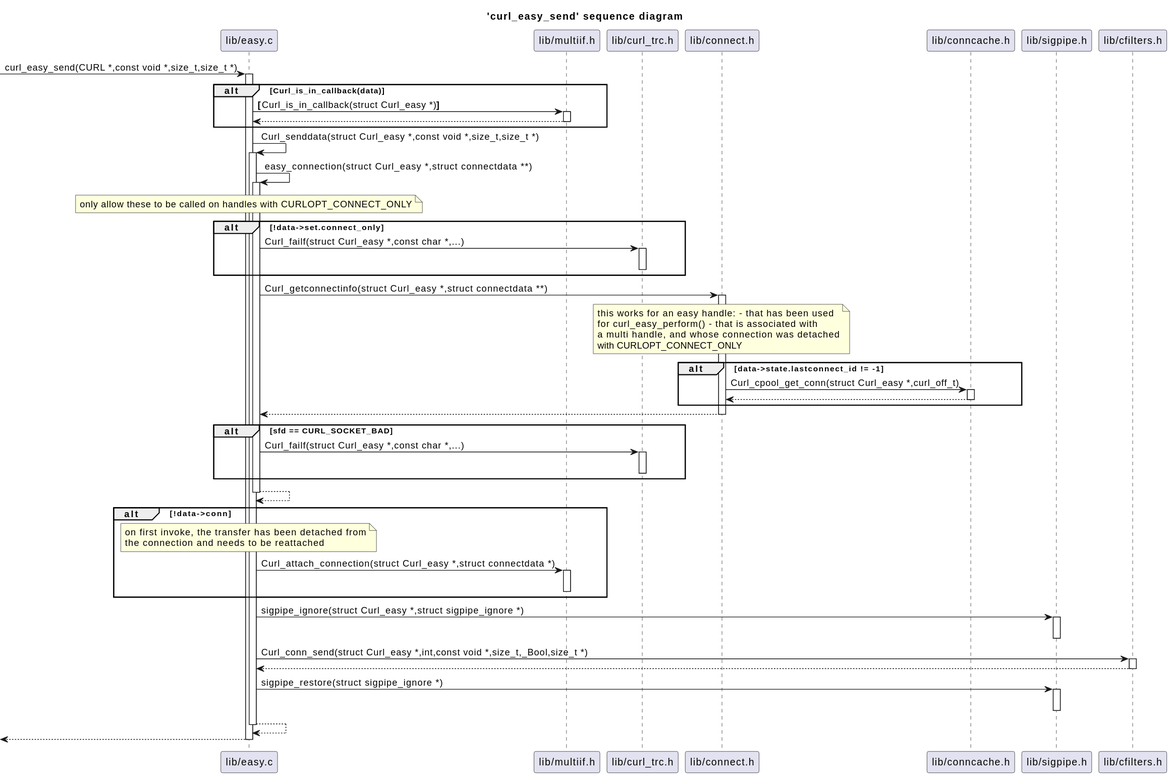
This is curl/diagrams/curl_easy_send.svg from bkryza/clang-uml-examples, a PlantUML export, as it was before one commit. Source of this version:
```plantuml
@startuml
title 'curl_easy_send' sequence diagram
participant "lib/easy.c" as C_0013686580212228222516
[-> C_0013686580212228222516 : curl_easy_send(CURL *,const void *,size_t,size_t *)
activate C_0013686580212228222516
alt Curl_is_in_callback(data)
participant "lib/multiif.h" as C_0015404815212323728686
C_0013686580212228222516 -> C_0015404815212323728686 [[https://github.com/curl/curl/blob/34cf9d54a46598c44938aa7598820484d7af7133/lib/easy.c#L1329{}]] : **[**Curl_is_in_callback(struct Curl_easy *)**]**
activate C_0015404815212323728686
C_0015404815212323728686 --> C_0013686580212228222516
deactivate C_0015404815212323728686
end
C_0013686580212228222516 -> C_0013686580212228222516 [[https://github.com/curl/curl/blob/34cf9d54a46598c44938aa7598820484d7af7133/lib/easy.c#L1332{}]] : Curl_senddata(struct Curl_easy *,const void *,size_t,size_t *)
activate C_0013686580212228222516
C_0013686580212228222516 -> C_0013686580212228222516 [[https://github.com/curl/curl/blob/34cf9d54a46598c44938aa7598820484d7af7133/lib/easy.c#L1302{}]] : easy_connection(struct Curl_easy *,struct connectdata **)
activate C_0013686580212228222516
note over C_0013686580212228222516
only allow these to be called on handles with CURLOPT_CONNECT_ONLY
end note
alt !data->set.connect_only
participant "lib/curl_trc.h" as C_0000898269797836910488
C_0013686580212228222516 -> C_0000898269797836910488 [[https://github.com/curl/curl/blob/34cf9d54a46598c44938aa7598820484d7af7133/lib/curl_trc.h#L63{}]] : Curl_failf(struct Curl_easy *,const char *,...)
activate C_0000898269797836910488
deactivate C_0000898269797836910488
end
participant "lib/connect.h" as C_0005794032207080335183
C_0013686580212228222516 -> C_0005794032207080335183 [[https://github.com/curl/curl/blob/34cf9d54a46598c44938aa7598820484d7af7133/lib/easy.c#L1226{}]] : Curl_getconnectinfo(struct Curl_easy *,struct connectdata **)
activate C_0005794032207080335183
note over C_0005794032207080335183
this works for an easy handle: - that has been used
for curl_easy_perform() - that is associated with
a multi handle, and whose connection was detached
with CURLOPT_CONNECT_ONLY
end note
alt data->state.lastconnect_id != -1
participant "lib/conncache.h" as C_0004378690360541439362
C_0005794032207080335183 -> C_0004378690360541439362 [[https://github.com/curl/curl/blob/34cf9d54a46598c44938aa7598820484d7af7133/lib/connect.c#L331{}]] : Curl_cpool_get_conn(struct Curl_easy *,curl_off_t)
activate C_0004378690360541439362
C_0004378690360541439362 --> C_0005794032207080335183
deactivate C_0004378690360541439362
end
C_0005794032207080335183 --> C_0013686580212228222516
deactivate C_0005794032207080335183
alt sfd == CURL_SOCKET_BAD
C_0013686580212228222516 -> C_0000898269797836910488 [[https://github.com/curl/curl/blob/34cf9d54a46598c44938aa7598820484d7af7133/lib/curl_trc.h#L63{}]] : Curl_failf(struct Curl_easy *,const char *,...)
activate C_0000898269797836910488
deactivate C_0000898269797836910488
end
C_0013686580212228222516 --> C_0013686580212228222516
deactivate C_0013686580212228222516
alt !data->conn
note over C_0013686580212228222516
on first invoke, the transfer has been detached from
the connection and needs to be reattached
end note
C_0013686580212228222516 -> C_0015404815212323728686 [[https://github.com/curl/curl/blob/34cf9d54a46598c44938aa7598820484d7af7133/lib/easy.c#L1309{}]] : Curl_attach_connection(struct Curl_easy *,struct connectdata *)
activate C_0015404815212323728686
deactivate C_0015404815212323728686
end
participant "lib/sigpipe.h" as C_0001793684947819833211
C_0013686580212228222516 -> C_0001793684947819833211 [[https://github.com/curl/curl/blob/34cf9d54a46598c44938aa7598820484d7af7133/lib/easy.c#L1311{}]] : sigpipe_ignore(struct Curl_easy *,struct sigpipe_ignore *)
activate C_0001793684947819833211
deactivate C_0001793684947819833211
participant "lib/cfilters.h" as C_0007743543124327386475
C_0013686580212228222516 -> C_0007743543124327386475 [[https://github.com/curl/curl/blob/34cf9d54a46598c44938aa7598820484d7af7133/lib/easy.c#L1312{}]] : Curl_conn_send(struct Curl_easy *,int,const void *,size_t,_Bool,size_t *)
activate C_0007743543124327386475
C_0007743543124327386475 --> C_0013686580212228222516
deactivate C_0007743543124327386475
C_0013686580212228222516 -> C_0001793684947819833211 [[https://github.com/curl/curl/blob/34cf9d54a46598c44938aa7598820484d7af7133/lib/easy.c#L1313{}]] : sigpipe_restore(struct sigpipe_ignore *)
activate C_0001793684947819833211
deactivate C_0001793684947819833211
C_0013686580212228222516 --> C_0013686580212228222516
deactivate C_0013686580212228222516
[<-- C_0013686580212228222516
deactivate C_0013686580212228222516

@enduml
```
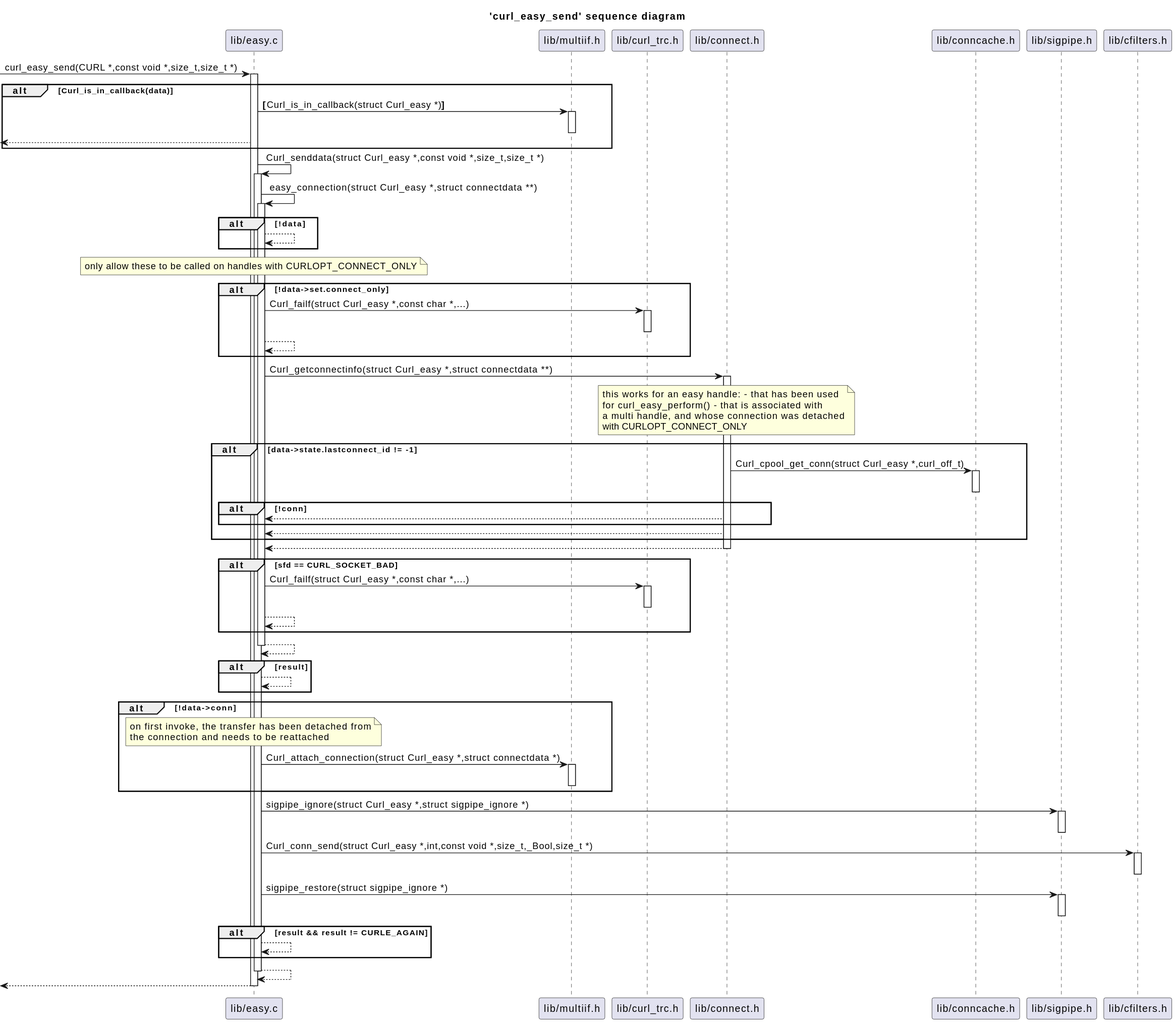
Above is the later version.

What changed in the source:
```diff
@@ -7,13 +7,16 @@
 participant "lib/multiif.h" as C_0015404815212323728686
 C_0013686580212228222516 -> C_0015404815212323728686 [[https://github.com/curl/curl/blob/34cf9d54a46598c44938aa7598820484d7af7133/lib/easy.c#L1329{}]] : **[**Curl_is_in_callback(struct Curl_easy *)**]**
 activate C_0015404815212323728686
-C_0015404815212323728686 --> C_0013686580212228222516
 deactivate C_0015404815212323728686
+[<-- C_0013686580212228222516
 end
 C_0013686580212228222516 -> C_0013686580212228222516 [[https://github.com/curl/curl/blob/34cf9d54a46598c44938aa7598820484d7af7133/lib/easy.c#L1332{}]] : Curl_senddata(struct Curl_easy *,const void *,size_t,size_t *)
 activate C_0013686580212228222516
 C_0013686580212228222516 -> C_0013686580212228222516 [[https://github.com/curl/curl/blob/34cf9d54a46598c44938aa7598820484d7af7133/lib/easy.c#L1302{}]] : easy_connection(struct Curl_easy *,struct connectdata **)
 activate C_0013686580212228222516
+alt !data
+C_0013686580212228222516 --> C_0013686580212228222516
+end
 note over C_0013686580212228222516
 only allow these to be called on handles with CURLOPT_CONNECT_ONLY
 end note
@@ -22,6 +25,7 @@
 C_0013686580212228222516 -> C_0000898269797836910488 [[https://github.com/curl/curl/blob/34cf9d54a46598c44938aa7598820484d7af7133/lib/curl_trc.h#L63{}]] : Curl_failf(struct Curl_easy *,const char *,...)
 activate C_0000898269797836910488
 deactivate C_0000898269797836910488
+C_0013686580212228222516 --> C_0013686580212228222516
 end
 participant "lib/connect.h" as C_0005794032207080335183
 C_0013686580212228222516 -> C_0005794032207080335183 [[https://github.com/curl/curl/blob/34cf9d54a46598c44938aa7598820484d7af7133/lib/easy.c#L1226{}]] : Curl_getconnectinfo(struct Curl_easy *,struct connectdata **)
@@ -36,8 +40,11 @@
 participant "lib/conncache.h" as C_0004378690360541439362
 C_0005794032207080335183 -> C_0004378690360541439362 [[https://github.com/curl/curl/blob/34cf9d54a46598c44938aa7598820484d7af7133/lib/connect.c#L331{}]] : Curl_cpool_get_conn(struct Curl_easy *,curl_off_t)
 activate C_0004378690360541439362
-C_0004378690360541439362 --> C_0005794032207080335183
 deactivate C_0004378690360541439362
+alt !conn
+C_0005794032207080335183 --> C_0013686580212228222516
+end
+C_0005794032207080335183 --> C_0013686580212228222516
 end
 C_0005794032207080335183 --> C_0013686580212228222516
 deactivate C_0005794032207080335183
@@ -45,9 +52,13 @@
 C_0013686580212228222516 -> C_0000898269797836910488 [[https://github.com/curl/curl/blob/34cf9d54a46598c44938aa7598820484d7af7133/lib/curl_trc.h#L63{}]] : Curl_failf(struct Curl_easy *,const char *,...)
 activate C_0000898269797836910488
 deactivate C_0000898269797836910488
+C_0013686580212228222516 --> C_0013686580212228222516
 end
 C_0013686580212228222516 --> C_0013686580212228222516
 deactivate C_0013686580212228222516
+alt result
+C_0013686580212228222516 --> C_0013686580212228222516
+end
 alt !data->conn
 note over C_0013686580212228222516
 on first invoke, the transfer has been detached from
@@ -64,11 +75,13 @@
 participant "lib/cfilters.h" as C_0007743543124327386475
 C_0013686580212228222516 -> C_0007743543124327386475 [[https://github.com/curl/curl/blob/34cf9d54a46598c44938aa7598820484d7af7133/lib/easy.c#L1312{}]] : Curl_conn_send(struct Curl_easy *,int,const void *,size_t,_Bool,size_t *)
 activate C_0007743543124327386475
-C_0007743543124327386475 --> C_0013686580212228222516
 deactivate C_0007743543124327386475
 C_0013686580212228222516 -> C_0001793684947819833211 [[https://github.com/curl/curl/blob/34cf9d54a46598c44938aa7598820484d7af7133/lib/easy.c#L1313{}]] : sigpipe_restore(struct sigpipe_ignore *)
 activate C_0001793684947819833211
 deactivate C_0001793684947819833211
+alt result && result != CURLE_AGAIN
+C_0013686580212228222516 --> C_0013686580212228222516
+end
 C_0013686580212228222516 --> C_0013686580212228222516
 deactivate C_0013686580212228222516
 [<-- C_0013686580212228222516
```
